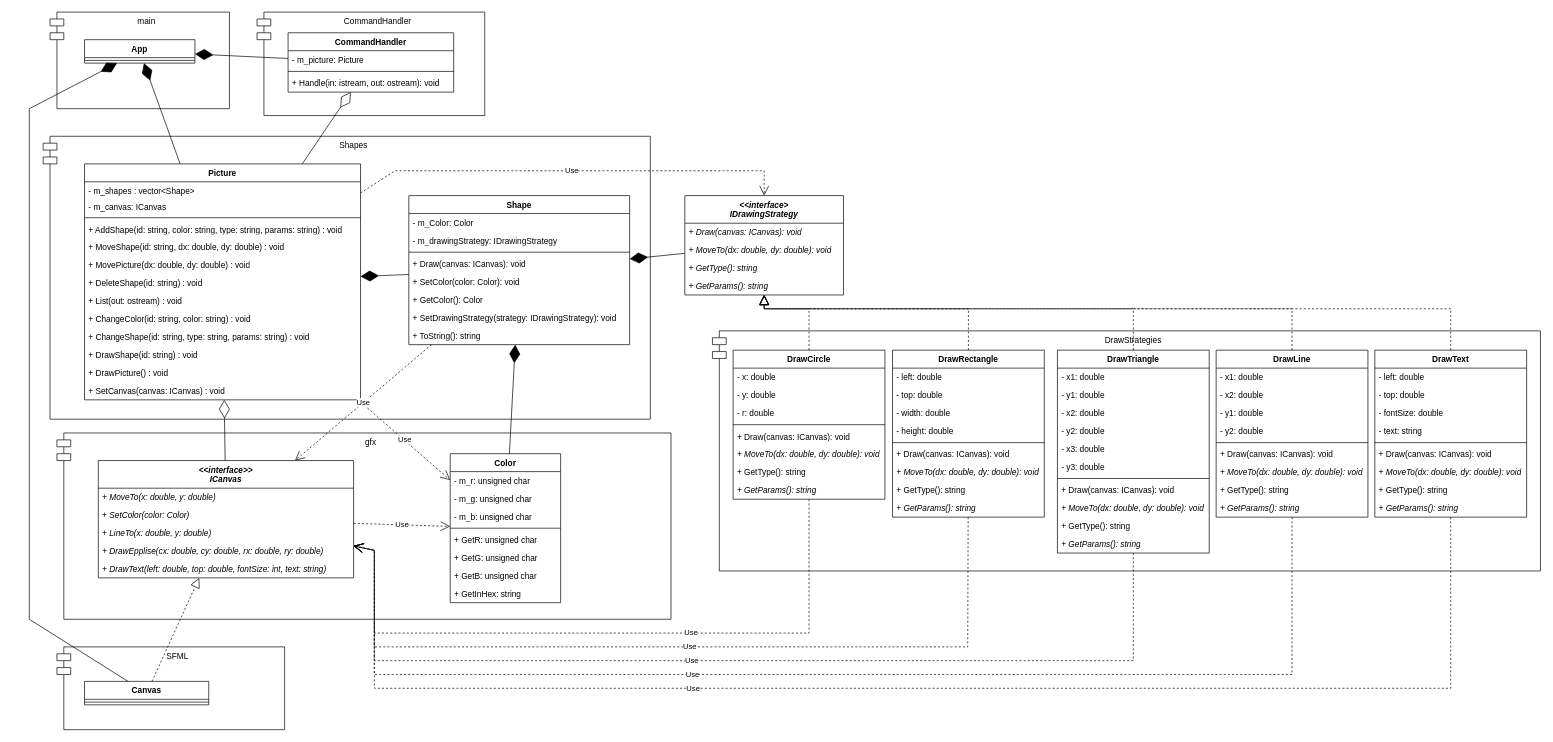
Above: lw1/4/Shapes.drawio in ProstP/OOD (draw.io), before the change. Source tidied: cells renumbered, new cells numbered last; positions are measured from the earlier drawing's top-left corner, leaving out a move shared by most shapes. Both pictures are drawn from the tidied source at 69%, with x=0, y=0 at pixel (29, 12).
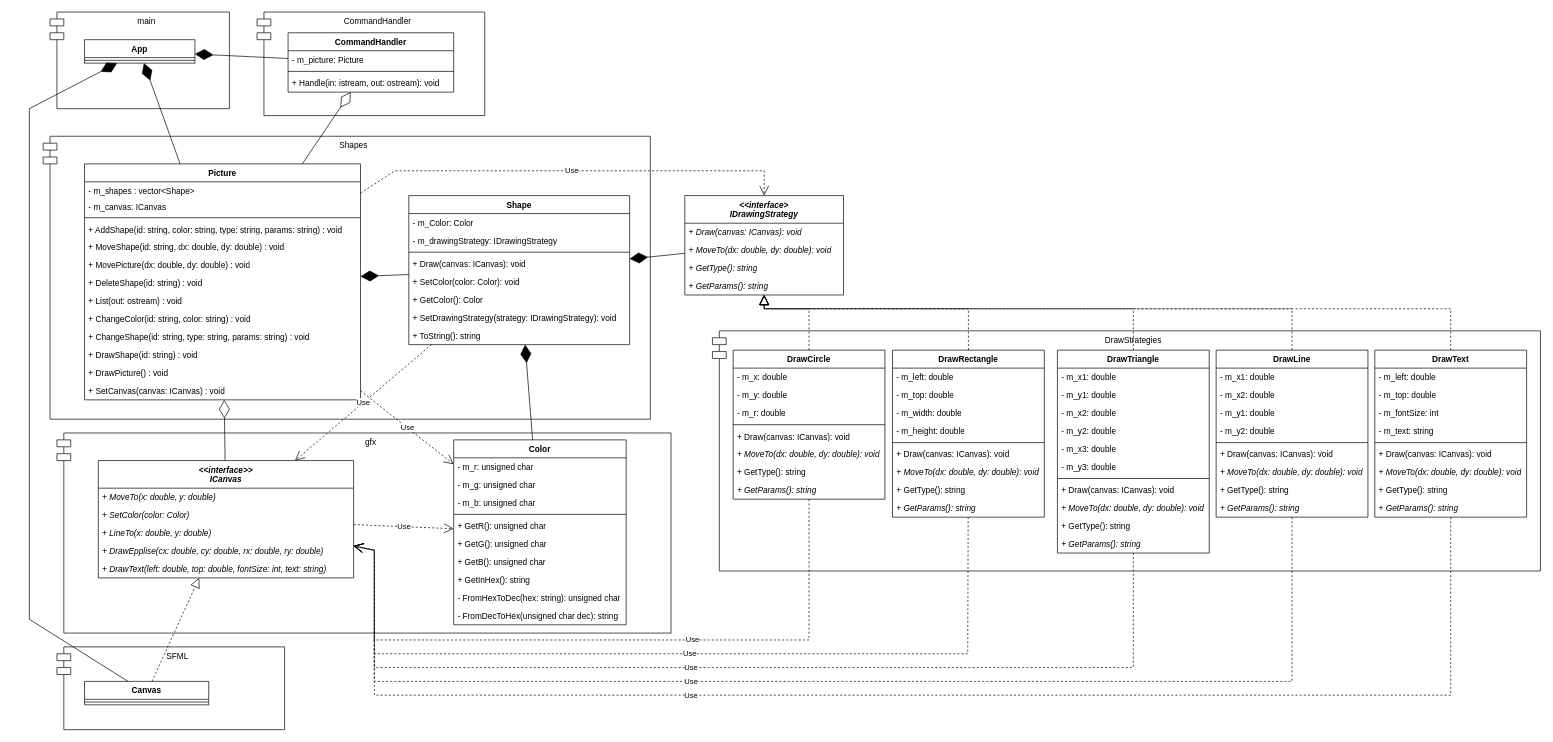
After the change.

Commit message:
Lw1-4 Подправил диаграмму

Unchanged cells that the change refers to:
```xml
<mxCell id="38" value="&lt;&lt;interface&gt;&gt;&#10;ICanvas" style="swimlane;fontStyle=3;align=center;verticalAlign=top;horizontal=1;startSize=40;" parent="1" vertex="1">
  <mxGeometry x="100" y="650" width="370" height="170" as="geometry" />
</mxCell>
<mxCell id="67" value="DrawCircle" style="swimlane;fontStyle=1;align=center;verticalAlign=top;horizontal=1;startSize=26;whiteSpace=wrap;html=1;" parent="1" vertex="1">
  <mxGeometry x="1020" y="490" width="220" height="216" as="geometry" />
</mxCell>
<mxCell id="76" value="DrawRectangle" style="swimlane;fontStyle=1;align=center;verticalAlign=top;horizontal=1;startSize=26;whiteSpace=wrap;html=1;" parent="1" vertex="1">
  <mxGeometry x="1251" y="490" width="220" height="242" as="geometry" />
</mxCell>
<mxCell id="88" value="DrawTriangle" style="swimlane;fontStyle=1;align=center;verticalAlign=top;horizontal=1;startSize=26;whiteSpace=wrap;html=1;" parent="1" vertex="1">
  <mxGeometry x="1490" y="490" width="220" height="294" as="geometry" />
</mxCell>
<mxCell id="101" value="DrawLine" style="swimlane;fontStyle=1;align=center;verticalAlign=top;horizontal=1;startSize=26;whiteSpace=wrap;html=1;" parent="1" vertex="1">
  <mxGeometry x="1720" y="490" width="220" height="242" as="geometry" />
</mxCell>
<mxCell id="111" value="DrawText" style="swimlane;fontStyle=1;align=center;verticalAlign=top;horizontal=1;startSize=26;whiteSpace=wrap;html=1;" parent="1" vertex="1">
  <mxGeometry x="1950" y="490" width="220" height="242" as="geometry" />
</mxCell>
```

Diff of the diagram source:
```diff
@@
     <mxCell id="3" value="gfx" style="shape=module;align=left;spacingLeft=20;align=center;verticalAlign=top;whiteSpace=wrap;html=1;" parent="1" vertex="1">
-      <mxGeometry x="40" y="610" width="890" height="270" as="geometry" />
+      <mxGeometry x="40" y="610" width="890" height="290" as="geometry" />
     </mxCell>
@@
     <mxCell id="52" value="Color" style="swimlane;fontStyle=1;align=center;verticalAlign=top;horizontal=1;startSize=26;whiteSpace=wrap;html=1;" parent="1" vertex="1">
-      <mxGeometry x="610" y="640" width="160" height="216" as="geometry" />
+      <mxGeometry x="615" y="620" width="250" height="268" as="geometry" />
     </mxCell>
     <mxCell id="53" value="- m_r: unsigned char" style="text;strokeColor=none;fillColor=none;align=left;verticalAlign=top;spacingLeft=4;spacingRight=4;overflow=hidden;whiteSpace=wrap;html=1;" parent="52" vertex="1">
-      <mxGeometry y="26" width="160" height="26" as="geometry" />
+      <mxGeometry y="26" width="250" height="26" as="geometry" />
     </mxCell>
     <mxCell id="54" value="- m_g: unsigned char" style="text;strokeColor=none;fillColor=none;align=left;verticalAlign=top;spacingLeft=4;spacingRight=4;overflow=hidden;whiteSpace=wrap;html=1;" parent="52" vertex="1">
-      <mxGeometry y="52" width="160" height="26" as="geometry" />
+      <mxGeometry y="52" width="250" height="26" as="geometry" />
     </mxCell>
     <mxCell id="55" value="- m_b: unsigned char" style="text;strokeColor=none;fillColor=none;align=left;verticalAlign=top;spacingLeft=4;spacingRight=4;overflow=hidden;whiteSpace=wrap;html=1;" parent="52" vertex="1">
-      <mxGeometry y="78" width="160" height="26" as="geometry" />
+      <mxGeometry y="78" width="250" height="26" as="geometry" />
     </mxCell>
     <mxCell id="56" style="line;strokeWidth=1;fillColor=none;align=left;verticalAlign=middle;spacingTop=-1;spacingLeft=3;spacingRight=3;labelPosition=right;strokeColor=inherit;" parent="52" vertex="1">
-      <mxGeometry y="104" width="160" height="8" as="geometry" />
+      <mxGeometry y="104" width="250" height="8" as="geometry" />
     </mxCell>
-    <mxCell id="57" value="+ GetR: unsigned char" style="text;strokeColor=none;fillColor=none;align=left;verticalAlign=top;spacingLeft=4;spacingRight=4;overflow=hidden;whiteSpace=wrap;html=1;" parent="52" vertex="1">
-      <mxGeometry y="112" width="160" height="26" as="geometry" />
+    <mxCell id="57" value="+ GetR(): unsigned char" style="text;strokeColor=none;fillColor=none;align=left;verticalAlign=top;spacingLeft=4;spacingRight=4;overflow=hidden;whiteSpace=wrap;html=1;" parent="52" vertex="1">
+      <mxGeometry y="112" width="250" height="26" as="geometry" />
     </mxCell>
-    <mxCell id="58" value="+ GetG: unsigned char" style="text;strokeColor=none;fillColor=none;align=left;verticalAlign=top;spacingLeft=4;spacingRight=4;overflow=hidden;whiteSpace=wrap;html=1;" parent="52" vertex="1">
-      <mxGeometry y="138" width="160" height="26" as="geometry" />
+    <mxCell id="58" value="+ GetG(): unsigned char" style="text;strokeColor=none;fillColor=none;align=left;verticalAlign=top;spacingLeft=4;spacingRight=4;overflow=hidden;whiteSpace=wrap;html=1;" parent="52" vertex="1">
+      <mxGeometry y="138" width="250" height="26" as="geometry" />
     </mxCell>
-    <mxCell id="59" value="+ GetB: unsigned char" style="text;strokeColor=none;fillColor=none;align=left;verticalAlign=top;spacingLeft=4;spacingRight=4;overflow=hidden;whiteSpace=wrap;html=1;" parent="52" vertex="1">
-      <mxGeometry y="164" width="160" height="26" as="geometry" />
+    <mxCell id="59" value="+ GetB(): unsigned char" style="text;strokeColor=none;fillColor=none;align=left;verticalAlign=top;spacingLeft=4;spacingRight=4;overflow=hidden;whiteSpace=wrap;html=1;" parent="52" vertex="1">
+      <mxGeometry y="164" width="250" height="26" as="geometry" />
     </mxCell>
-    <mxCell id="60" value="+ GetInHex: string" style="text;strokeColor=none;fillColor=none;align=left;verticalAlign=top;spacingLeft=4;spacingRight=4;overflow=hidden;whiteSpace=wrap;html=1;" parent="52" vertex="1">
-      <mxGeometry y="190" width="160" height="26" as="geometry" />
+    <mxCell id="60" value="+ GetInHex(): string" style="text;strokeColor=none;fillColor=none;align=left;verticalAlign=top;spacingLeft=4;spacingRight=4;overflow=hidden;whiteSpace=wrap;html=1;" parent="52" vertex="1">
+      <mxGeometry y="190" width="250" height="26" as="geometry" />
     </mxCell>
+    <mxCell id="133" value="- FromHexToDec(hex: string): unsigned char" style="text;strokeColor=none;fillColor=none;align=left;verticalAlign=top;spacingLeft=4;spacingRight=4;overflow=hidden;whiteSpace=wrap;html=1;" parent="52" vertex="1">
+      <mxGeometry y="216" width="250" height="26" as="geometry" />
+    </mxCell>
+    <mxCell id="134" value="- FromDecToHex(unsigned char dec): string" style="text;strokeColor=none;fillColor=none;align=left;verticalAlign=top;spacingLeft=4;spacingRight=4;overflow=hidden;whiteSpace=wrap;html=1;" parent="52" vertex="1">
+      <mxGeometry y="242" width="250" height="26" as="geometry" />
+    </mxCell>
@@
-    <mxCell id="68" value="- x: double" style="text;strokeColor=none;fillColor=none;align=left;verticalAlign=top;spacingLeft=4;spacingRight=4;overflow=hidden;whiteSpace=wrap;html=1;" parent="67" vertex="1">
+    <mxCell id="68" value="- m_x: double" style="text;strokeColor=none;fillColor=none;align=left;verticalAlign=top;spacingLeft=4;spacingRight=4;overflow=hidden;whiteSpace=wrap;html=1;" parent="67" vertex="1">
       <mxGeometry y="26" width="220" height="26" as="geometry" />
     </mxCell>
-    <mxCell id="69" value="- y: double" style="text;strokeColor=none;fillColor=none;align=left;verticalAlign=top;spacingLeft=4;spacingRight=4;overflow=hidden;whiteSpace=wrap;html=1;" parent="67" vertex="1">
+    <mxCell id="69" value="- m_y: double" style="text;strokeColor=none;fillColor=none;align=left;verticalAlign=top;spacingLeft=4;spacingRight=4;overflow=hidden;whiteSpace=wrap;html=1;" parent="67" vertex="1">
       <mxGeometry y="52" width="220" height="26" as="geometry" />
     </mxCell>
-    <mxCell id="70" value="- r: double" style="text;strokeColor=none;fillColor=none;align=left;verticalAlign=top;spacingLeft=4;spacingRight=4;overflow=hidden;whiteSpace=wrap;html=1;" parent="67" vertex="1">
+    <mxCell id="70" value="- m_r: double" style="text;strokeColor=none;fillColor=none;align=left;verticalAlign=top;spacingLeft=4;spacingRight=4;overflow=hidden;whiteSpace=wrap;html=1;" parent="67" vertex="1">
       <mxGeometry y="78" width="220" height="26" as="geometry" />
     </mxCell>
@@
-    <mxCell id="77" value="- left: double" style="text;strokeColor=none;fillColor=none;align=left;verticalAlign=top;spacingLeft=4;spacingRight=4;overflow=hidden;whiteSpace=wrap;html=1;" parent="76" vertex="1">
+    <mxCell id="77" value="- m_left: double" style="text;strokeColor=none;fillColor=none;align=left;verticalAlign=top;spacingLeft=4;spacingRight=4;overflow=hidden;whiteSpace=wrap;html=1;" parent="76" vertex="1">
       <mxGeometry y="26" width="220" height="26" as="geometry" />
     </mxCell>
-    <mxCell id="78" value="- top: double" style="text;strokeColor=none;fillColor=none;align=left;verticalAlign=top;spacingLeft=4;spacingRight=4;overflow=hidden;whiteSpace=wrap;html=1;" parent="76" vertex="1">
+    <mxCell id="78" value="- m_top: double" style="text;strokeColor=none;fillColor=none;align=left;verticalAlign=top;spacingLeft=4;spacingRight=4;overflow=hidden;whiteSpace=wrap;html=1;" parent="76" vertex="1">
       <mxGeometry y="52" width="220" height="26" as="geometry" />
     </mxCell>
-    <mxCell id="79" value="- width: double" style="text;strokeColor=none;fillColor=none;align=left;verticalAlign=top;spacingLeft=4;spacingRight=4;overflow=hidden;whiteSpace=wrap;html=1;" parent="76" vertex="1">
+    <mxCell id="79" value="- m_width: double" style="text;strokeColor=none;fillColor=none;align=left;verticalAlign=top;spacingLeft=4;spacingRight=4;overflow=hidden;whiteSpace=wrap;html=1;" parent="76" vertex="1">
       <mxGeometry y="78" width="220" height="26" as="geometry" />
     </mxCell>
-    <mxCell id="80" value="- height: double" style="text;strokeColor=none;fillColor=none;align=left;verticalAlign=top;spacingLeft=4;spacingRight=4;overflow=hidden;whiteSpace=wrap;html=1;" parent="76" vertex="1">
+    <mxCell id="80" value="- m_height: double" style="text;strokeColor=none;fillColor=none;align=left;verticalAlign=top;spacingLeft=4;spacingRight=4;overflow=hidden;whiteSpace=wrap;html=1;" parent="76" vertex="1">
       <mxGeometry y="104" width="220" height="26" as="geometry" />
     </mxCell>
@@
-    <mxCell id="89" value="- x1: double" style="text;strokeColor=none;fillColor=none;align=left;verticalAlign=top;spacingLeft=4;spacingRight=4;overflow=hidden;whiteSpace=wrap;html=1;" parent="88" vertex="1">
+    <mxCell id="89" value="- m_x1: double" style="text;strokeColor=none;fillColor=none;align=left;verticalAlign=top;spacingLeft=4;spacingRight=4;overflow=hidden;whiteSpace=wrap;html=1;" parent="88" vertex="1">
       <mxGeometry y="26" width="220" height="26" as="geometry" />
     </mxCell>
-    <mxCell id="90" value="- y1: double" style="text;strokeColor=none;fillColor=none;align=left;verticalAlign=top;spacingLeft=4;spacingRight=4;overflow=hidden;whiteSpace=wrap;html=1;" parent="88" vertex="1">
+    <mxCell id="90" value="- m_y1: double" style="text;strokeColor=none;fillColor=none;align=left;verticalAlign=top;spacingLeft=4;spacingRight=4;overflow=hidden;whiteSpace=wrap;html=1;" parent="88" vertex="1">
       <mxGeometry y="52" width="220" height="26" as="geometry" />
     </mxCell>
-    <mxCell id="91" value="- x2: double" style="text;strokeColor=none;fillColor=none;align=left;verticalAlign=top;spacingLeft=4;spacingRight=4;overflow=hidden;whiteSpace=wrap;html=1;" parent="88" vertex="1">
+    <mxCell id="91" value="- m_x2: double" style="text;strokeColor=none;fillColor=none;align=left;verticalAlign=top;spacingLeft=4;spacingRight=4;overflow=hidden;whiteSpace=wrap;html=1;" parent="88" vertex="1">
       <mxGeometry y="78" width="220" height="26" as="geometry" />
     </mxCell>
-    <mxCell id="92" value="- y2: double" style="text;strokeColor=none;fillColor=none;align=left;verticalAlign=top;spacingLeft=4;spacingRight=4;overflow=hidden;whiteSpace=wrap;html=1;" parent="88" vertex="1">
+    <mxCell id="92" value="- m_y2: double" style="text;strokeColor=none;fillColor=none;align=left;verticalAlign=top;spacingLeft=4;spacingRight=4;overflow=hidden;whiteSpace=wrap;html=1;" parent="88" vertex="1">
       <mxGeometry y="104" width="220" height="26" as="geometry" />
     </mxCell>
-    <mxCell id="93" value="- x3: double" style="text;strokeColor=none;fillColor=none;align=left;verticalAlign=top;spacingLeft=4;spacingRight=4;overflow=hidden;whiteSpace=wrap;html=1;" parent="88" vertex="1">
+    <mxCell id="93" value="- m_x3: double" style="text;strokeColor=none;fillColor=none;align=left;verticalAlign=top;spacingLeft=4;spacingRight=4;overflow=hidden;whiteSpace=wrap;html=1;" parent="88" vertex="1">
       <mxGeometry y="130" width="220" height="26" as="geometry" />
     </mxCell>
-    <mxCell id="94" value="- y3: double" style="text;strokeColor=none;fillColor=none;align=left;verticalAlign=top;spacingLeft=4;spacingRight=4;overflow=hidden;whiteSpace=wrap;html=1;" parent="88" vertex="1">
+    <mxCell id="94" value="- m_y3: double" style="text;strokeColor=none;fillColor=none;align=left;verticalAlign=top;spacingLeft=4;spacingRight=4;overflow=hidden;whiteSpace=wrap;html=1;" parent="88" vertex="1">
       <mxGeometry y="156" width="220" height="26" as="geometry" />
     </mxCell>
@@
-    <mxCell id="102" value="- x1: double" style="text;strokeColor=none;fillColor=none;align=left;verticalAlign=top;spacingLeft=4;spacingRight=4;overflow=hidden;whiteSpace=wrap;html=1;" parent="101" vertex="1">
+    <mxCell id="102" value="- m_x1: double" style="text;strokeColor=none;fillColor=none;align=left;verticalAlign=top;spacingLeft=4;spacingRight=4;overflow=hidden;whiteSpace=wrap;html=1;" parent="101" vertex="1">
       <mxGeometry y="26" width="220" height="26" as="geometry" />
     </mxCell>
-    <mxCell id="103" value="- x2: double" style="text;strokeColor=none;fillColor=none;align=left;verticalAlign=top;spacingLeft=4;spacingRight=4;overflow=hidden;whiteSpace=wrap;html=1;" parent="101" vertex="1">
+    <mxCell id="103" value="- m_x2: double" style="text;strokeColor=none;fillColor=none;align=left;verticalAlign=top;spacingLeft=4;spacingRight=4;overflow=hidden;whiteSpace=wrap;html=1;" parent="101" vertex="1">
       <mxGeometry y="52" width="220" height="26" as="geometry" />
     </mxCell>
-    <mxCell id="104" value="- y1: double" style="text;strokeColor=none;fillColor=none;align=left;verticalAlign=top;spacingLeft=4;spacingRight=4;overflow=hidden;whiteSpace=wrap;html=1;" parent="101" vertex="1">
+    <mxCell id="104" value="- m_y1: double" style="text;strokeColor=none;fillColor=none;align=left;verticalAlign=top;spacingLeft=4;spacingRight=4;overflow=hidden;whiteSpace=wrap;html=1;" parent="101" vertex="1">
       <mxGeometry y="78" width="220" height="26" as="geometry" />
     </mxCell>
-    <mxCell id="105" value="- y2: double" style="text;strokeColor=none;fillColor=none;align=left;verticalAlign=top;spacingLeft=4;spacingRight=4;overflow=hidden;whiteSpace=wrap;html=1;" parent="101" vertex="1">
+    <mxCell id="105" value="- m_y2: double" style="text;strokeColor=none;fillColor=none;align=left;verticalAlign=top;spacingLeft=4;spacingRight=4;overflow=hidden;whiteSpace=wrap;html=1;" parent="101" vertex="1">
       <mxGeometry y="104" width="220" height="26" as="geometry" />
     </mxCell>
@@
-    <mxCell id="112" value="- left: double" style="text;strokeColor=none;fillColor=none;align=left;verticalAlign=top;spacingLeft=4;spacingRight=4;overflow=hidden;whiteSpace=wrap;html=1;" parent="111" vertex="1">
+    <mxCell id="112" value="- m_left: double" style="text;strokeColor=none;fillColor=none;align=left;verticalAlign=top;spacingLeft=4;spacingRight=4;overflow=hidden;whiteSpace=wrap;html=1;" parent="111" vertex="1">
       <mxGeometry y="26" width="220" height="26" as="geometry" />
     </mxCell>
-    <mxCell id="113" value="- top: double" style="text;strokeColor=none;fillColor=none;align=left;verticalAlign=top;spacingLeft=4;spacingRight=4;overflow=hidden;whiteSpace=wrap;html=1;" parent="111" vertex="1">
+    <mxCell id="113" value="- m_top: double" style="text;strokeColor=none;fillColor=none;align=left;verticalAlign=top;spacingLeft=4;spacingRight=4;overflow=hidden;whiteSpace=wrap;html=1;" parent="111" vertex="1">
       <mxGeometry y="52" width="220" height="26" as="geometry" />
     </mxCell>
-    <mxCell id="114" value="- fontSize: double" style="text;strokeColor=none;fillColor=none;align=left;verticalAlign=top;spacingLeft=4;spacingRight=4;overflow=hidden;whiteSpace=wrap;html=1;" parent="111" vertex="1">
+    <mxCell id="114" value="- m_fontSize: int" style="text;strokeColor=none;fillColor=none;align=left;verticalAlign=top;spacingLeft=4;spacingRight=4;overflow=hidden;whiteSpace=wrap;html=1;" parent="111" vertex="1">
       <mxGeometry y="78" width="220" height="26" as="geometry" />
     </mxCell>
-    <mxCell id="115" value="- text: string" style="text;strokeColor=none;fillColor=none;align=left;verticalAlign=top;spacingLeft=4;spacingRight=4;overflow=hidden;whiteSpace=wrap;html=1;" parent="111" vertex="1">
+    <mxCell id="115" value="- m_text: string" style="text;strokeColor=none;fillColor=none;align=left;verticalAlign=top;spacingLeft=4;spacingRight=4;overflow=hidden;whiteSpace=wrap;html=1;" parent="111" vertex="1">
       <mxGeometry y="104" width="220" height="26" as="geometry" />
     </mxCell>
@@
     <mxCell id="123" value="Use" style="endArrow=open;endSize=12;dashed=1;html=1;rounded=0;" parent="1" edge="1" source="67" target="38">
       <mxGeometry x="-0.25" relative="1" as="geometry">
         <Array as="points">
-          <mxPoint x="1130" y="900" />
-          <mxPoint x="500" y="900" />
+          <mxPoint x="1130" y="910" />
+          <mxPoint x="500" y="910" />
           <mxPoint x="500" y="780" />
         </Array>
       </mxGeometry>
     </mxCell>
     <mxCell id="124" value="Use" style="endArrow=open;endSize=12;dashed=1;html=1;rounded=0;" parent="1" edge="1" source="76" target="38">
       <mxGeometry x="-0.03" relative="1" as="geometry">
         <Array as="points">
-          <mxPoint x="1360" y="920" />
-          <mxPoint x="500" y="920" />
+          <mxPoint x="1360" y="930" />
+          <mxPoint x="500" y="930" />
           <mxPoint x="500" y="780" />
         </Array>
       </mxGeometry>
     </mxCell>
     <mxCell id="125" value="Use" style="endArrow=open;endSize=12;dashed=1;html=1;rounded=0;" parent="1" edge="1" source="88" target="38">
       <mxGeometry x="0.1" relative="1" as="geometry">
         <Array as="points">
-          <mxPoint x="1600" y="940" />
-          <mxPoint x="500" y="940" />
+          <mxPoint x="1600" y="950" />
+          <mxPoint x="500" y="950" />
           <mxPoint x="500" y="780" />
         </Array>
       </mxGeometry>
     </mxCell>
     <mxCell id="126" value="Use" style="endArrow=open;endSize=12;dashed=1;html=1;rounded=0;" parent="1" edge="1" source="101" target="38">
       <mxGeometry x="0.24" relative="1" as="geometry">
         <Array as="points">
-          <mxPoint x="1830" y="960" />
-          <mxPoint x="500" y="960" />
+          <mxPoint x="1830" y="970" />
+          <mxPoint x="500" y="970" />
           <mxPoint x="500" y="780" />
         </Array>
       </mxGeometry>
     </mxCell>
     <mxCell id="127" value="Use" style="endArrow=open;endSize=12;dashed=1;html=1;rounded=0;" parent="1" edge="1" source="111" target="38">
       <mxGeometry x="0.32" relative="1" as="geometry">
         <Array as="points">
-          <mxPoint x="2060" y="980" />
-          <mxPoint x="500" y="980" />
+          <mxPoint x="2060" y="990" />
+          <mxPoint x="500" y="990" />
           <mxPoint x="500" y="780" />
         </Array>
       </mxGeometry>
     </mxCell>
```
